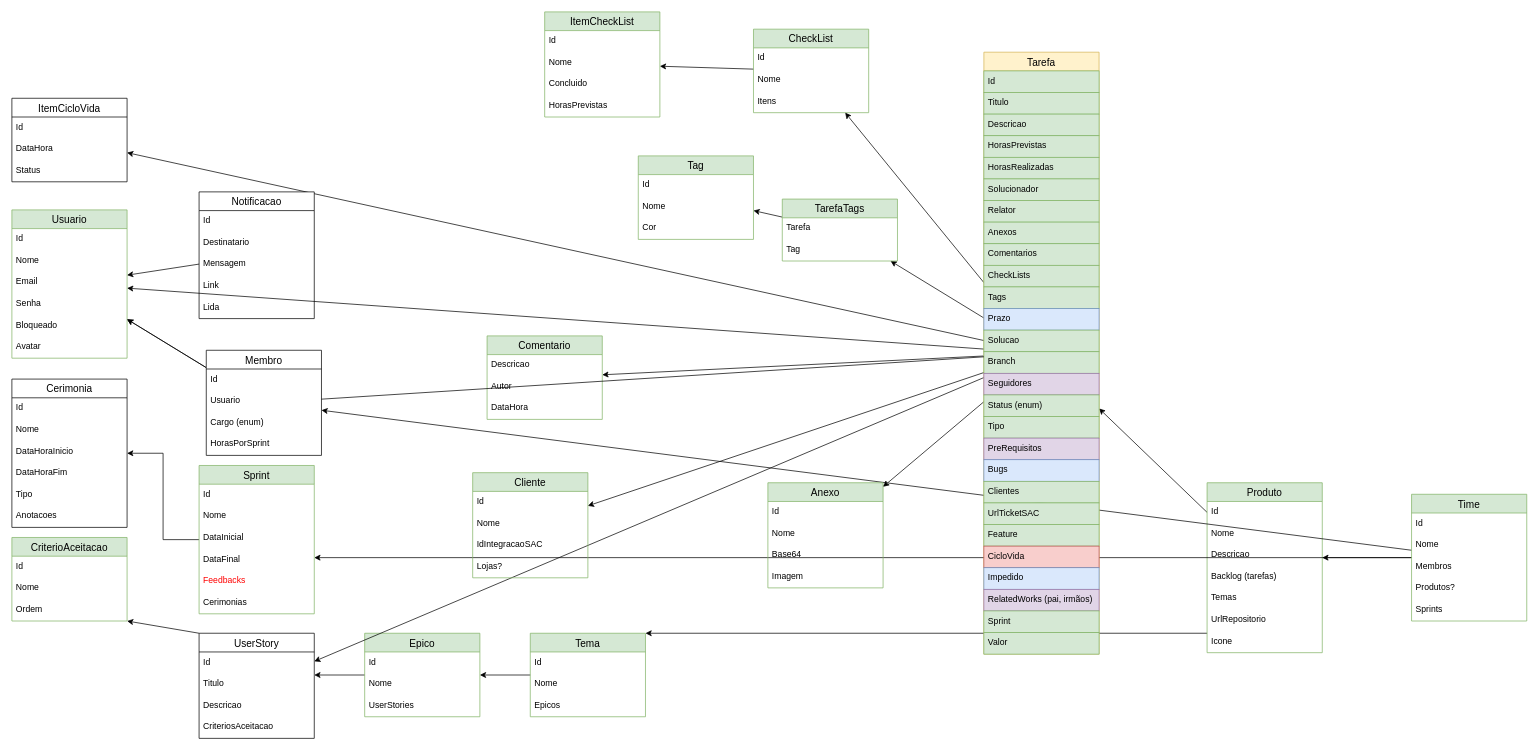
ddsdaniel/Agilis keeps this draw.io diagram as page "ordem" (1 of 2) of Agilis-Back/docs/Untitled Diagram.drawio. Above is the earlier version. Source tidied: cells renumbered, new cells numbered last; positions are measured from the earlier drawing's top-left corner, leaving out a move shared by most shapes. Both pictures are drawn from the tidied source at 72%, with x=0, y=0 at pixel (12, 12).
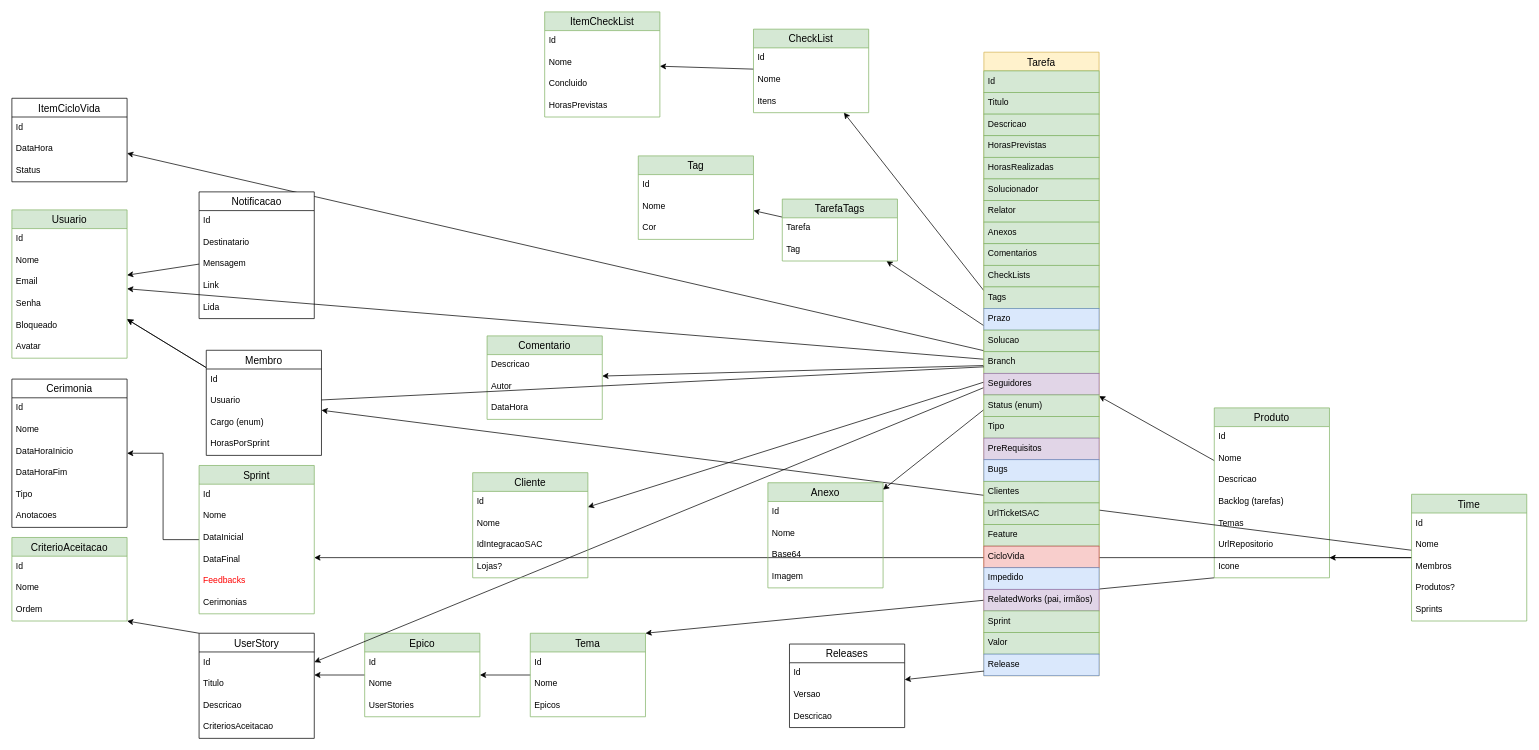
Above is the later version.

The edit, as a diff of the source:
```diff
@@
     <mxCell id="12" value="Produto" style="swimlane;fontStyle=0;horizontal=1;startSize=26;align=center;fontSize=14;fillColor=#d5e8d4;strokeColor=#82b366;" parent="1" vertex="1">
-      <mxGeometry x="1660" y="654" width="160" height="236" as="geometry" />
+      <mxGeometry x="1670" y="550" width="160" height="236" as="geometry" />
     </mxCell>
@@
     <mxCell id="88" value="Tarefa" style="swimlane;fontStyle=0;horizontal=1;startSize=26;align=center;fontSize=14;fillColor=#fff2cc;strokeColor=#d6b656;" parent="1" vertex="1">
-      <mxGeometry x="1350" y="56" width="160" height="836" as="geometry" />
+      <mxGeometry x="1350" y="56" width="160" height="866" as="geometry" />
     </mxCell>
@@
+    <mxCell id="150" value="Release" style="text;strokeColor=#6c8ebf;fillColor=#dae8fc;spacingLeft=4;spacingRight=4;overflow=hidden;points=[[0,0.5],[1,0.5]];portConstraint=eastwest;fontSize=12;" parent="88" vertex="1">
+      <mxGeometry y="836" width="160" height="30" as="geometry" />
+    </mxCell>
@@
+    <mxCell id="151" value="Releases" style="swimlane;fontStyle=0;horizontal=1;startSize=26;align=center;fontSize=14;" parent="1" vertex="1">
+      <mxGeometry x="1080" y="878" width="160" height="116" as="geometry" />
+    </mxCell>
+    <mxCell id="152" value="Id" style="text;strokeColor=none;fillColor=none;spacingLeft=4;spacingRight=4;overflow=hidden;fontSize=12;" parent="151" vertex="1">
+      <mxGeometry y="26" width="160" height="30" as="geometry" />
+    </mxCell>
+    <mxCell id="153" value="Versao" style="text;strokeColor=none;fillColor=none;spacingLeft=4;spacingRight=4;overflow=hidden;fontSize=12;" parent="151" vertex="1">
+      <mxGeometry y="56" width="160" height="30" as="geometry" />
+    </mxCell>
+    <mxCell id="154" value="Descricao" style="text;strokeColor=none;fillColor=none;spacingLeft=4;spacingRight=4;overflow=hidden;fontSize=12;" parent="151" vertex="1">
+      <mxGeometry y="86" width="160" height="30" as="geometry" />
+    </mxCell>
+    <mxCell id="155" style="rounded=0;jettySize=auto;html=1;" parent="1" edge="1" source="150" target="151">
+      <mxGeometry relative="1" as="geometry" />
+    </mxCell>
```
